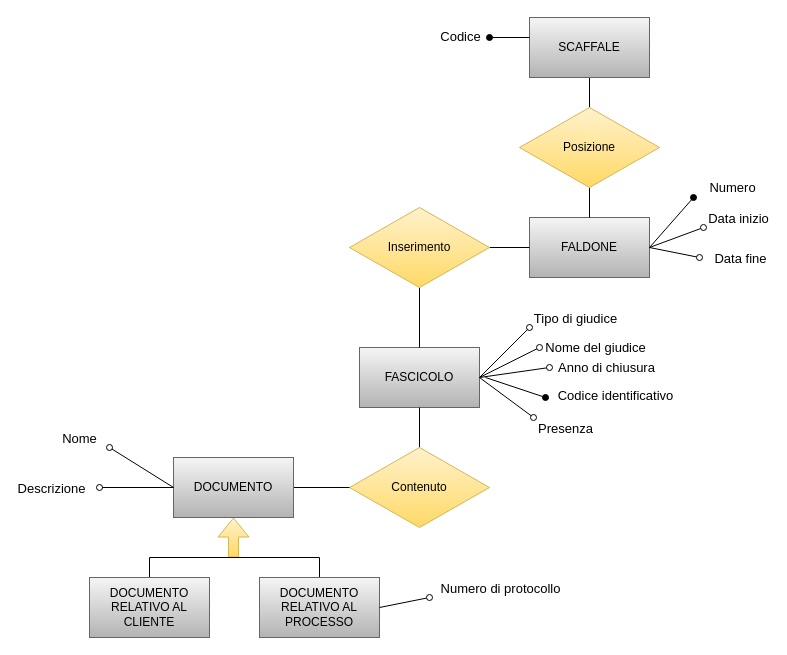
The draw.io diagram DiagrammaER_Sopra.drawio in AndreaCiv/BasiDiDati, before the edit. Source tidied: cells renumbered, new cells numbered last; positions are measured from the earlier drawing's top-left corner, leaving out a move shared by most shapes. Both pictures are drawn from the tidied source at 100%, with x=0, y=0 at pixel (89, 17).
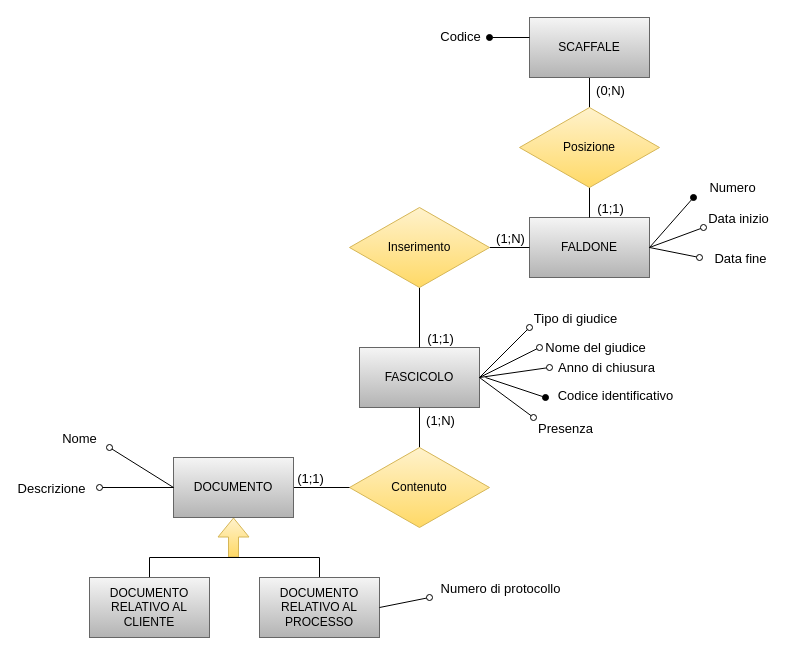
Above is the later version.

Commit message (it also covers changes not shown here):
Diagramma sopra, sotto e completo

The change refers to these unchanged cells:
```xml
<mxCell id="4" style="edgeStyle=orthogonalEdgeStyle;rounded=0;jettySize=auto;html=1;startArrow=none;startFill=0;endArrow=none;endFill=0;" parent="1" edge="1" source="5" target="2">
  <mxGeometry relative="1" as="geometry" />
</mxCell>
<mxCell id="6" style="edgeStyle=orthogonalEdgeStyle;rounded=0;jettySize=auto;html=1;startArrow=none;startFill=0;endArrow=none;endFill=0;" parent="1" edge="1" source="8" target="3">
  <mxGeometry relative="1" as="geometry" />
</mxCell>
<mxCell id="7" style="edgeStyle=orthogonalEdgeStyle;rounded=0;jettySize=auto;html=1;startArrow=none;startFill=0;endArrow=none;endFill=0;" parent="1" edge="1" source="8" target="2">
  <mxGeometry relative="1" as="geometry" />
</mxCell>
<mxCell id="9" style="edgeStyle=orthogonalEdgeStyle;rounded=0;jettySize=auto;html=1;startArrow=none;startFill=0;endArrow=none;endFill=0;" parent="1" edge="1" source="11" target="3">
  <mxGeometry relative="1" as="geometry" />
</mxCell>
<mxCell id="10" style="edgeStyle=orthogonalEdgeStyle;rounded=0;jettySize=auto;html=1;startArrow=none;startFill=0;endArrow=none;endFill=0;" parent="1" edge="1" source="11" target="12">
  <mxGeometry relative="1" as="geometry" />
</mxCell>
<mxCell id="15" style="edgeStyle=orthogonalEdgeStyle;rounded=0;jettySize=auto;html=1;startArrow=none;startFill=0;endArrow=none;endFill=0;entryX=1;entryY=0.5;entryDx=0;entryDy=0;" parent="1" edge="1" source="5" target="32">
  <mxGeometry relative="1" as="geometry" />
</mxCell>
```

What changed in the source:
```diff
@@
+    <mxCell id="43" value="(1;N)" style="edgeLabel;html=1;align=center;verticalAlign=middle;fontSize=13;" parent="4" vertex="1">
+      <mxGeometry x="0.4" y="2" relative="1" as="geometry">
+        <mxPoint x="22" as="offset" />
+      </mxGeometry>
+    </mxCell>
@@
+    <mxCell id="44" value="(1;N)" style="edgeLabel;html=1;align=center;verticalAlign=middle;fontSize=13;" parent="6" vertex="1">
+      <mxGeometry x="-0.2" relative="1" as="geometry">
+        <mxPoint x="4" y="-10" as="offset" />
+      </mxGeometry>
+    </mxCell>
@@
+    <mxCell id="45" value="(1;1)" style="edgeLabel;html=1;align=center;verticalAlign=middle;fontSize=13;" parent="7" vertex="1">
+      <mxGeometry x="-0.43" y="2" relative="1" as="geometry">
+        <mxPoint x="18" y="33" as="offset" />
+      </mxGeometry>
+    </mxCell>
@@
+    <mxCell id="46" value="&lt;font style=&quot;font-size: 13px&quot;&gt;(1;1)&lt;/font&gt;" style="edgeLabel;html=1;align=center;verticalAlign=middle;" parent="9" vertex="1">
+      <mxGeometry x="0.36" y="1" relative="1" as="geometry">
+        <mxPoint x="19" y="6" as="offset" />
+      </mxGeometry>
+    </mxCell>
@@
+    <mxCell id="47" value="(0;N)" style="edgeLabel;html=1;align=center;verticalAlign=middle;fontSize=13;" parent="10" vertex="1">
+      <mxGeometry x="0.52" y="2" relative="1" as="geometry">
+        <mxPoint x="22" as="offset" />
+      </mxGeometry>
+    </mxCell>
@@
+    <mxCell id="48" value="(1;1)" style="edgeLabel;html=1;align=center;verticalAlign=middle;fontSize=13;" parent="15" vertex="1">
+      <mxGeometry x="-0.04" y="2" relative="1" as="geometry">
+        <mxPoint x="-13" y="-12" as="offset" />
+      </mxGeometry>
+    </mxCell>
```
